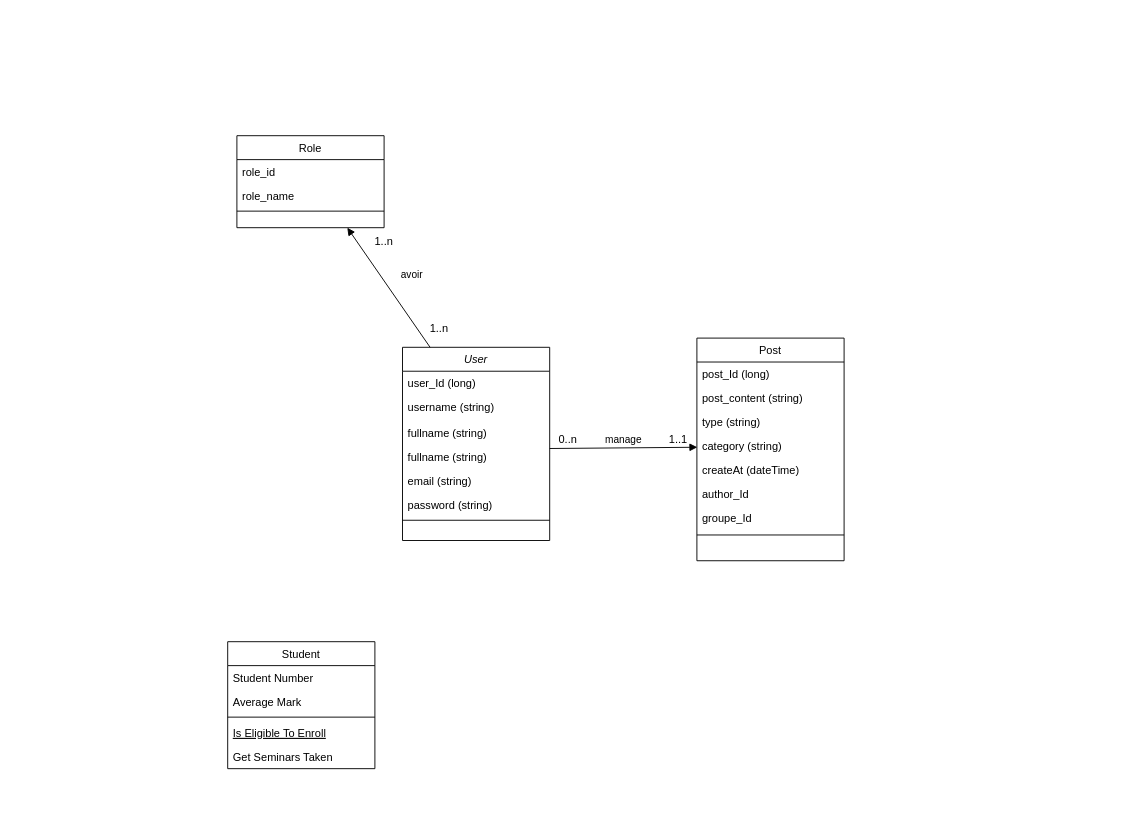
This is Diagramme sans nom.drawio from Zakariae-zemat/Almjareb, a draw.io file, before an edit. Source tidied: cells renumbered, new cells numbered last; positions are measured from the earlier drawing's top-left corner, leaving out a move shared by most shapes. Both pictures are drawn from the tidied source at 92%, with x=0, y=0 at pixel (227, 135).
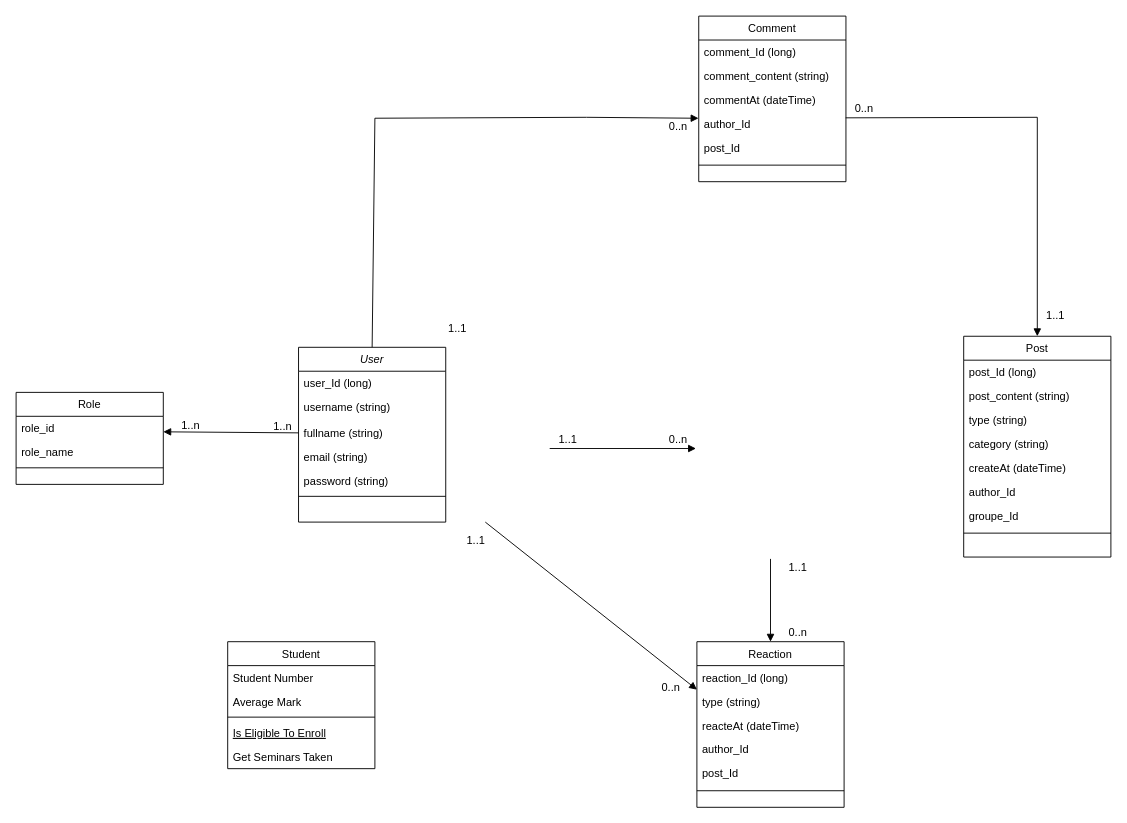
Above is the later version.

Commit message (it also covers changes not shown here):
Mettre à jour Diagramme sans nom.drawio

The change refers to these unchanged cells:
```xml
<mxCell id="5" value="fullname (string)" style="text;align=left;verticalAlign=top;spacingLeft=4;spacingRight=4;overflow=hidden;points=[[0,0.5],[1,0.5]];portConstraint=eastwest;rounded=0;shadow=0;html=0;" parent="2" vertex="1">
  <mxGeometry y="80" width="160" height="26" as="geometry" />
</mxCell>
<mxCell id="26" value="role_id" style="text;align=left;verticalAlign=top;spacingLeft=4;spacingRight=4;overflow=hidden;points=[[0,0.5],[1,0.5]];portConstraint=eastwest;" parent="25" vertex="1">
  <mxGeometry y="26" width="160" height="26" as="geometry" />
</mxCell>
```

Change to the diagram source:
```diff
@@
     <mxCell id="2" value="User" style="swimlane;fontStyle=2;align=center;verticalAlign=top;horizontal=1;startSize=26;rounded=0;shadow=0;strokeWidth=1;" parent="1" vertex="1">
-      <mxGeometry x="190" y="230" width="160" height="210" as="geometry" />
+      <mxGeometry x="77" y="230" width="160" height="190" as="geometry" />
     </mxCell>
@@
-    <mxCell id="6" value="fullname (string)" style="text;align=left;verticalAlign=top;spacingLeft=4;spacingRight=4;overflow=hidden;rounded=0;shadow=0;html=0;" parent="2" vertex="1">
-      <mxGeometry y="106" width="160" height="26" as="geometry" />
-    </mxCell>
     <mxCell id="7" value="email (string)" style="text;align=left;verticalAlign=top;spacingLeft=4;spacingRight=4;overflow=hidden;rounded=0;shadow=0;html=0;" parent="2" vertex="1">
-      <mxGeometry y="132" width="160" height="26" as="geometry" />
+      <mxGeometry y="106" width="160" height="26" as="geometry" />
     </mxCell>
     <mxCell id="8" value="password (string)" style="text;align=left;verticalAlign=top;spacingLeft=4;spacingRight=4;overflow=hidden;rounded=0;shadow=0;html=0;" parent="2" vertex="1">
-      <mxGeometry y="158" width="160" height="26" as="geometry" />
+      <mxGeometry y="132" width="160" height="26" as="geometry" />
     </mxCell>
     <mxCell id="9" style="line;html=1;strokeWidth=1;align=left;verticalAlign=middle;spacingTop=-1;spacingLeft=3;spacingRight=3;labelPosition=right;" parent="2" vertex="1">
-      <mxGeometry y="184" width="160" height="8" as="geometry" />
+      <mxGeometry y="158" width="160" height="8" as="geometry" />
     </mxCell>
@@
     <mxCell id="16" value="Post" style="swimlane;fontStyle=0;align=center;verticalAlign=top;horizontal=1;startSize=26;rounded=0;shadow=0;strokeWidth=1;" parent="1" vertex="1">
-      <mxGeometry x="510" y="220" width="160" height="242" as="geometry" />
+      <mxGeometry x="800" y="218" width="160" height="240" as="geometry" />
     </mxCell>
@@
     <mxCell id="25" value="Role" style="swimlane;fontStyle=0;align=center;verticalAlign=top;horizontal=1;startSize=26;rounded=0;shadow=0;strokeWidth=1;" parent="1" vertex="1">
-      <mxGeometry x="10" width="160" height="100" as="geometry" />
+      <mxGeometry x="-230" y="279" width="160" height="100" as="geometry" />
     </mxCell>
@@
     <mxCell id="29" value="1..n" style="text;html=1;align=center;verticalAlign=middle;whiteSpace=wrap;rounded=0;" parent="1" vertex="1">
-      <mxGeometry x="140" y="100" width="60" height="30" as="geometry" />
+      <mxGeometry x="-70" y="300" width="60" height="30" as="geometry" />
     </mxCell>
     <mxCell id="30" value="1..n" style="text;html=1;align=center;verticalAlign=middle;whiteSpace=wrap;rounded=0;" parent="1" vertex="1">
-      <mxGeometry x="200" y="200" width="60" height="20" as="geometry" />
+      <mxGeometry x="30" y="306" width="60" height="20" as="geometry" />
     </mxCell>
-    <mxCell id="31" value="avoir" style="html=1;verticalAlign=bottom;endArrow=block;curved=0;rounded=0;entryX=0.75;entryY=1;entryDx=0;entryDy=0;" parent="1" edge="1" target="25">
-      <mxGeometry x="-0.13" y="-23" relative="1" as="geometry">
-        <mxPoint x="220" y="230" as="sourcePoint" />
-      </mxGeometry>
+    <mxCell id="31" style="html=1;verticalAlign=bottom;endArrow=block;curved=0;rounded=0;entryX=1;entryY=0.649;entryDx=0;entryDy=0;exitX=0;exitY=0.5;exitDx=0;exitDy=0;entryPerimeter=0;" parent="1" edge="1" source="5" target="26">
+      <mxGeometry x="-0.13" y="-23" relative="1" as="geometry" />
     </mxCell>
-    <mxCell id="32" value="manage" style="html=1;verticalAlign=bottom;endArrow=block;curved=0;rounded=0;entryX=0.841;entryY=0.932;entryDx=0;entryDy=0;entryPerimeter=0;" parent="1" edge="1" target="34">
+    <mxCell id="32" style="html=1;verticalAlign=bottom;endArrow=block;curved=0;rounded=0;" parent="1" edge="1">
       <mxGeometry relative="1" as="geometry">
         <mxPoint x="350" y="340" as="sourcePoint" />
+        <mxPoint x="509" y="340" as="targetPoint" />
       </mxGeometry>
     </mxCell>
     <mxCell id="33" value="0..n" style="text;html=1;align=center;verticalAlign=middle;whiteSpace=wrap;rounded=0;" parent="1" vertex="1">
-      <mxGeometry x="340" y="320" width="60" height="20" as="geometry" />
+      <mxGeometry x="460" y="320" width="60" height="20" as="geometry" />
     </mxCell>
     <mxCell id="34" value="1..1" style="text;html=1;align=center;verticalAlign=middle;whiteSpace=wrap;rounded=0;" parent="1" vertex="1">
-      <mxGeometry x="460" y="320" width="60" height="20" as="geometry" />
+      <mxGeometry x="340" y="320" width="60" height="20" as="geometry" />
     </mxCell>
+    <mxCell id="35" value="Comment" style="swimlane;fontStyle=0;align=center;verticalAlign=top;horizontal=1;startSize=26;rounded=0;shadow=0;strokeWidth=1;" parent="1" vertex="1">
+      <mxGeometry x="512" y="-130" width="160" height="180" as="geometry" />
+    </mxCell>
+    <mxCell id="36" value="comment_Id (long)" style="text;align=left;verticalAlign=top;spacingLeft=4;spacingRight=4;overflow=hidden;" parent="35" vertex="1">
+      <mxGeometry y="26" width="160" height="26" as="geometry" />
+    </mxCell>
+    <mxCell id="37" value="comment_content (string)" style="text;align=left;verticalAlign=top;spacingLeft=4;spacingRight=4;overflow=hidden;" parent="35" vertex="1">
+      <mxGeometry y="52" width="160" height="26" as="geometry" />
+    </mxCell>
+    <mxCell id="38" value="commentAt (dateTime)" style="text;align=left;verticalAlign=top;spacingLeft=4;spacingRight=4;overflow=hidden;" parent="35" vertex="1">
+      <mxGeometry y="78" width="160" height="26" as="geometry" />
+    </mxCell>
+    <mxCell id="39" value="author_Id" style="text;align=left;verticalAlign=top;spacingLeft=4;spacingRight=4;overflow=hidden;points=[[0,0.5],[1,0.5]];portConstraint=eastwest;" parent="35" vertex="1">
+      <mxGeometry y="104" width="160" height="26" as="geometry" />
+    </mxCell>
+    <mxCell id="40" value="post_Id" style="text;align=left;verticalAlign=top;spacingLeft=4;spacingRight=4;overflow=hidden;" parent="35" vertex="1">
+      <mxGeometry y="130" width="160" height="26" as="geometry" />
+    </mxCell>
+    <mxCell id="41" style="line;html=1;strokeWidth=1;align=left;verticalAlign=middle;spacingTop=-1;spacingLeft=3;spacingRight=3;labelPosition=right;" parent="35" vertex="1">
+      <mxGeometry y="156" width="160" height="12" as="geometry" />
+    </mxCell>
+    <mxCell id="42" style="html=1;verticalAlign=bottom;endArrow=block;curved=0;rounded=0;entryX=0.5;entryY=0;entryDx=0;entryDy=0;exitX=0.998;exitY=0.253;exitDx=0;exitDy=0;exitPerimeter=0;" parent="1" edge="1" source="39" target="16">
+      <mxGeometry relative="1" as="geometry">
+        <Array as="points">
+          <mxPoint x="880" y="-20" />
+        </Array>
+      </mxGeometry>
+    </mxCell>
+    <mxCell id="43" value="0..n" style="text;html=1;align=center;verticalAlign=middle;whiteSpace=wrap;rounded=0;" parent="1" vertex="1">
+      <mxGeometry x="662" y="-39" width="60" height="20" as="geometry" />
+    </mxCell>
+    <mxCell id="44" value="1..1" style="text;html=1;align=center;verticalAlign=middle;whiteSpace=wrap;rounded=0;" parent="1" vertex="1">
+      <mxGeometry x="870" y="186" width="60" height="20" as="geometry" />
+    </mxCell>
+    <mxCell id="45" style="html=1;verticalAlign=bottom;endArrow=block;curved=0;rounded=0;exitX=0.5;exitY=0;exitDx=0;exitDy=0;entryX=0.863;entryY=0.052;entryDx=0;entryDy=0;entryPerimeter=0;" parent="1" edge="1" source="2" target="47">
+      <mxGeometry relative="1" as="geometry">
+        <Array as="points">
+          <mxPoint x="160" y="-19" />
+          <mxPoint x="390" y="-20" />
+        </Array>
+      </mxGeometry>
+    </mxCell>
+    <mxCell id="46" value="1..1" style="text;html=1;align=center;verticalAlign=middle;whiteSpace=wrap;rounded=0;" parent="1" vertex="1">
+      <mxGeometry x="220" y="200" width="60" height="20" as="geometry" />
+    </mxCell>
+    <mxCell id="47" value="0..n" style="text;html=1;align=center;verticalAlign=middle;whiteSpace=wrap;rounded=0;" parent="1" vertex="1">
+      <mxGeometry x="460" y="-20" width="60" height="20" as="geometry" />
+    </mxCell>
+    <mxCell id="48" value="Reaction" style="swimlane;fontStyle=0;align=center;verticalAlign=top;horizontal=1;startSize=26;rounded=0;shadow=0;strokeWidth=1;" parent="1" vertex="1">
+      <mxGeometry x="510" y="550" width="160" height="180" as="geometry" />
+    </mxCell>
+    <mxCell id="49" value="reaction_Id (long)" style="text;align=left;verticalAlign=top;spacingLeft=4;spacingRight=4;overflow=hidden;points=[[0,0.5],[1,0.5]];portConstraint=eastwest;" parent="48" vertex="1">
+      <mxGeometry y="26" width="160" height="26" as="geometry" />
+    </mxCell>
+    <mxCell id="50" value="type (string)" style="text;align=left;verticalAlign=top;spacingLeft=4;spacingRight=4;overflow=hidden;" parent="48" vertex="1">
+      <mxGeometry y="52" width="160" height="26" as="geometry" />
+    </mxCell>
+    <mxCell id="51" value="reacteAt (dateTime)" style="text;align=left;verticalAlign=top;spacingLeft=4;spacingRight=4;overflow=hidden;" parent="48" vertex="1">
+      <mxGeometry y="78" width="160" height="26" as="geometry" />
+    </mxCell>
+    <mxCell id="52" value="author_Id" style="text;align=left;verticalAlign=top;spacingLeft=4;spacingRight=4;overflow=hidden;" parent="48" vertex="1">
+      <mxGeometry y="104" width="160" height="26" as="geometry" />
+    </mxCell>
+    <mxCell id="53" value="post_Id" style="text;align=left;verticalAlign=top;spacingLeft=4;spacingRight=4;overflow=hidden;" parent="48" vertex="1">
+      <mxGeometry y="130" width="160" height="26" as="geometry" />
+    </mxCell>
+    <mxCell id="54" style="line;html=1;strokeWidth=1;align=left;verticalAlign=middle;spacingTop=-1;spacingLeft=3;spacingRight=3;labelPosition=right;" parent="48" vertex="1">
+      <mxGeometry y="156" width="160" height="12" as="geometry" />
+    </mxCell>
+    <mxCell id="55" style="html=1;verticalAlign=bottom;endArrow=block;curved=0;rounded=0;" parent="1" edge="1">
+      <mxGeometry relative="1" as="geometry">
+        <mxPoint x="590" y="460" as="sourcePoint" />
+        <mxPoint x="590" y="550" as="targetPoint" />
+      </mxGeometry>
+    </mxCell>
+    <mxCell id="56" value="1..1" style="text;html=1;align=center;verticalAlign=middle;whiteSpace=wrap;rounded=0;" parent="1" vertex="1">
+      <mxGeometry x="590" y="460" width="60" height="20" as="geometry" />
+    </mxCell>
+    <mxCell id="57" value="0..n" style="text;html=1;align=center;verticalAlign=middle;whiteSpace=wrap;rounded=0;" parent="1" vertex="1">
+      <mxGeometry x="590" y="530" width="60" height="20" as="geometry" />
+    </mxCell>
+    <mxCell id="58" style="html=1;verticalAlign=bottom;endArrow=block;curved=0;rounded=0;entryX=0;entryY=1.005;entryDx=0;entryDy=0;entryPerimeter=0;" parent="1" edge="1" target="49">
+      <mxGeometry relative="1" as="geometry">
+        <mxPoint x="280" y="420" as="sourcePoint" />
+      </mxGeometry>
+    </mxCell>
+    <mxCell id="59" value="1..1" style="text;html=1;align=center;verticalAlign=middle;whiteSpace=wrap;rounded=0;" parent="1" vertex="1">
+      <mxGeometry x="240" y="430" width="60" height="20" as="geometry" />
+    </mxCell>
+    <mxCell id="60" value="0..n" style="text;html=1;align=center;verticalAlign=middle;whiteSpace=wrap;rounded=0;" parent="1" vertex="1">
+      <mxGeometry x="452" y="590" width="60" height="20" as="geometry" />
+    </mxCell>
```
